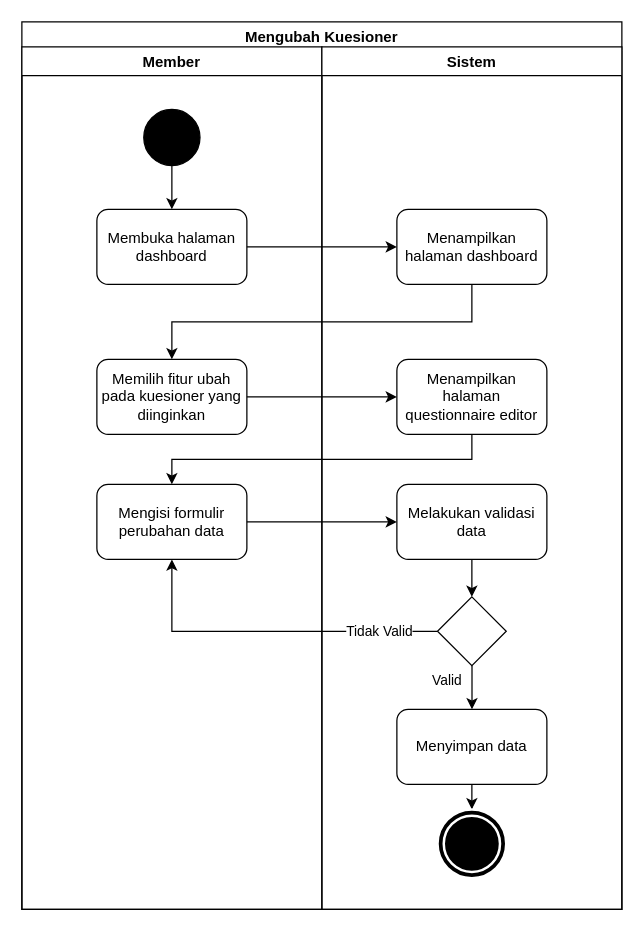
This is Diagram/Activity Diagram/16. menyunting kuesioner.drawio from techie-jhs/thesis, a draw.io file, before an edit. Source tidied: cells renumbered, new cells numbered last; positions are measured from the earlier drawing's top-left corner, leaving out a move shared by most shapes. Both pictures are drawn from the tidied source at 125%, with x=0, y=0 at pixel (21, 21).
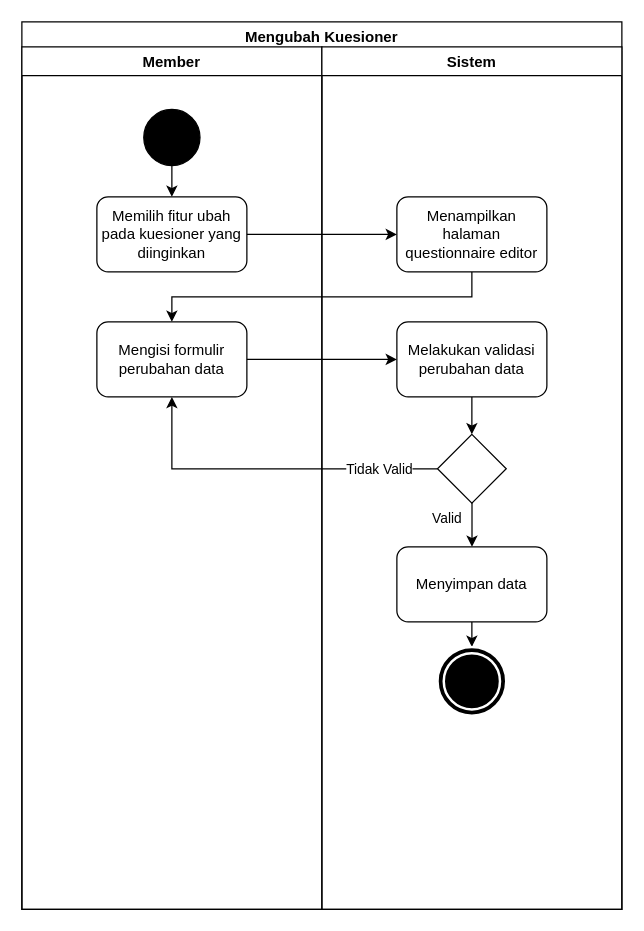
The same page after the edit.

The change refers to these unchanged cells:
```xml
<mxCell id="2" value="Mengubah Kuesioner" style="swimlane;fillColor=none;" parent="1" vertex="1">
  <mxGeometry width="480" height="710" as="geometry" />
</mxCell>
<mxCell id="3" value="Member" style="swimlane;" parent="2" vertex="1">
  <mxGeometry y="20" width="240" height="690" as="geometry" />
</mxCell>
<mxCell id="5" style="ellipse;whiteSpace=wrap;html=1;fillColor=#000000;" parent="3" vertex="1">
  <mxGeometry x="97.5" y="50" width="45" height="45" as="geometry" />
</mxCell>
<mxCell id="9" value="Sistem" style="swimlane;" parent="2" vertex="1">
  <mxGeometry x="240" y="20" width="240" height="690" as="geometry" />
</mxCell>
```

Change to the diagram source:
```diff
@@
-    <mxCell id="4" style="edgeStyle=orthogonalEdgeStyle;rounded=0;jettySize=auto;html=1;" parent="3" edge="1" source="5" target="6">
-      <mxGeometry relative="1" as="geometry" />
-    </mxCell>
+    <mxCell id="26" style="edgeStyle=orthogonalEdgeStyle;rounded=0;jettySize=auto;html=1;" parent="3" edge="1" source="5" target="7">
+      <mxGeometry relative="1" as="geometry" />
+    </mxCell>
@@
-    <mxCell id="6" value="Membuka halaman dashboard" style="rounded=1;whiteSpace=wrap;html=1;fillColor=none;" parent="3" vertex="1">
-      <mxGeometry x="60" y="130" width="120" height="60" as="geometry" />
-    </mxCell>
     <mxCell id="7" value="Memilih fitur ubah pada kuesioner yang diinginkan" style="rounded=1;whiteSpace=wrap;html=1;fillColor=none;" parent="3" vertex="1">
-      <mxGeometry x="60" y="250" width="120" height="60" as="geometry" />
+      <mxGeometry x="60" y="120" width="120" height="60" as="geometry" />
     </mxCell>
     <mxCell id="8" value="&lt;span&gt;Mengisi formulir perubahan data&lt;/span&gt;" style="rounded=1;whiteSpace=wrap;html=1;fillColor=none;" parent="3" vertex="1">
-      <mxGeometry x="60" y="350" width="120" height="60" as="geometry" />
+      <mxGeometry x="60" y="220" width="120" height="60" as="geometry" />
     </mxCell>
@@
-    <mxCell id="10" value="Menampilkan halaman dashboard" style="rounded=1;whiteSpace=wrap;html=1;fillColor=none;" parent="9" vertex="1">
-      <mxGeometry x="60" y="130" width="120" height="60" as="geometry" />
-    </mxCell>
     <mxCell id="11" value="Menampilkan halaman questionnaire editor" style="rounded=1;whiteSpace=wrap;html=1;fillColor=none;" parent="9" vertex="1">
-      <mxGeometry x="60" y="250" width="120" height="60" as="geometry" />
+      <mxGeometry x="60" y="120" width="120" height="60" as="geometry" />
     </mxCell>
-    <mxCell id="12" value="Melakukan validasi data" style="rounded=1;whiteSpace=wrap;html=1;fillColor=none;" parent="9" vertex="1">
-      <mxGeometry x="60" y="350" width="120" height="60" as="geometry" />
+    <mxCell id="12" value="Melakukan validasi perubahan data" style="rounded=1;whiteSpace=wrap;html=1;fillColor=none;" parent="9" vertex="1">
+      <mxGeometry x="60" y="220" width="120" height="60" as="geometry" />
     </mxCell>
     <mxCell id="13" value="Valid" style="edgeStyle=orthogonalEdgeStyle;rounded=0;orthogonalLoop=1;jettySize=auto;html=1;" parent="9" edge="1">
       <mxGeometry x="-0.33" y="-20" relative="1" as="geometry">
-        <mxPoint x="120.1" y="494.9" as="sourcePoint" />
-        <mxPoint x="120.1" y="530" as="targetPoint" />
+        <mxPoint x="120.1" y="364.9" as="sourcePoint" />
+        <mxPoint x="120.1" y="400" as="targetPoint" />
       </mxGeometry>
     </mxCell>
     <mxCell id="14" style="rhombus;whiteSpace=wrap;html=1;fillColor=none;" parent="9" vertex="1">
-      <mxGeometry x="92.5" y="440" width="55" height="55" as="geometry" />
+      <mxGeometry x="92.5" y="310" width="55" height="55" as="geometry" />
     </mxCell>
@@
     <mxCell id="17" value="Menyimpan data" style="rounded=1;whiteSpace=wrap;html=1;fillColor=none;" parent="9" vertex="1">
-      <mxGeometry x="60" y="530" width="120" height="60" as="geometry" />
+      <mxGeometry x="60" y="400" width="120" height="60" as="geometry" />
     </mxCell>
     <mxCell id="18" style="ellipse;shape=doubleEllipse;whiteSpace=wrap;html=1;fillColor=#000000;strokeColor=#FFFFFF;strokeWidth=2;" parent="9" vertex="1">
-      <mxGeometry x="92.5" y="610" width="55" height="55" as="geometry" />
+      <mxGeometry x="92.5" y="480" width="55" height="55" as="geometry" />
     </mxCell>
-    <mxCell id="19" style="edgeStyle=orthogonalEdgeStyle;rounded=0;jettySize=auto;html=1;" parent="2" edge="1" source="6" target="10">
-      <mxGeometry relative="1" as="geometry" />
-    </mxCell>
@@
-    <mxCell id="21" style="edgeStyle=orthogonalEdgeStyle;rounded=0;jettySize=auto;html=1;" parent="2" edge="1" source="10" target="7">
-      <mxGeometry relative="1" as="geometry">
-        <Array as="points">
-          <mxPoint x="360" y="240" />
-          <mxPoint x="120" y="240" />
-        </Array>
-      </mxGeometry>
-    </mxCell>
@@
     <mxCell id="25" style="edgeStyle=orthogonalEdgeStyle;rounded=0;jettySize=auto;html=1;" parent="2" edge="1" source="11" target="8">
       <mxGeometry relative="1" as="geometry">
         <Array as="points">
-          <mxPoint x="360" y="350" />
-          <mxPoint x="120" y="350" />
+          <mxPoint x="360" y="220" />
+          <mxPoint x="120" y="220" />
         </Array>
       </mxGeometry>
     </mxCell>
```
